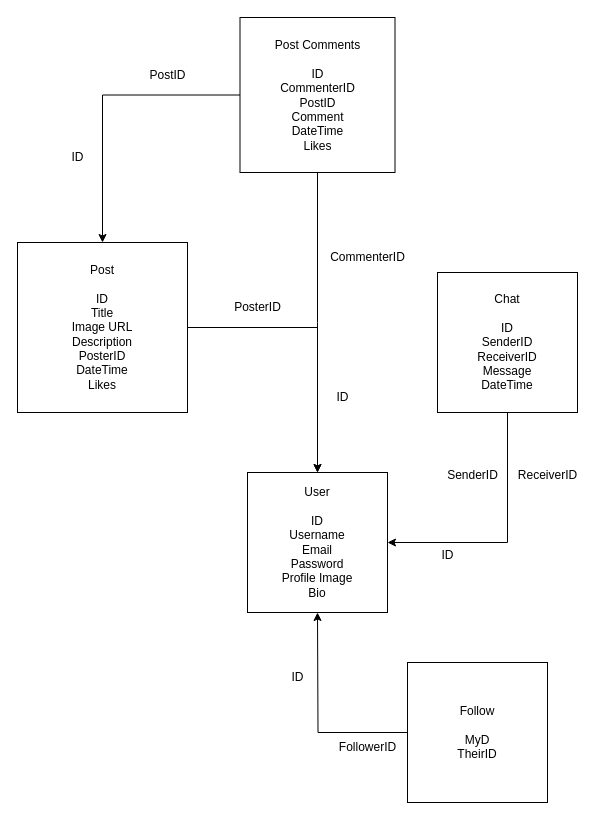
This is diagrams/db_schema.drawio from krtScrtr004/Pichive, a draw.io file, before an edit. Source tidied: cells renumbered, new cells numbered last; positions are measured from the earlier drawing's top-left corner, leaving out a move shared by most shapes. Both pictures are drawn from the tidied source at 100%, with x=0, y=0 at pixel (17, 17).
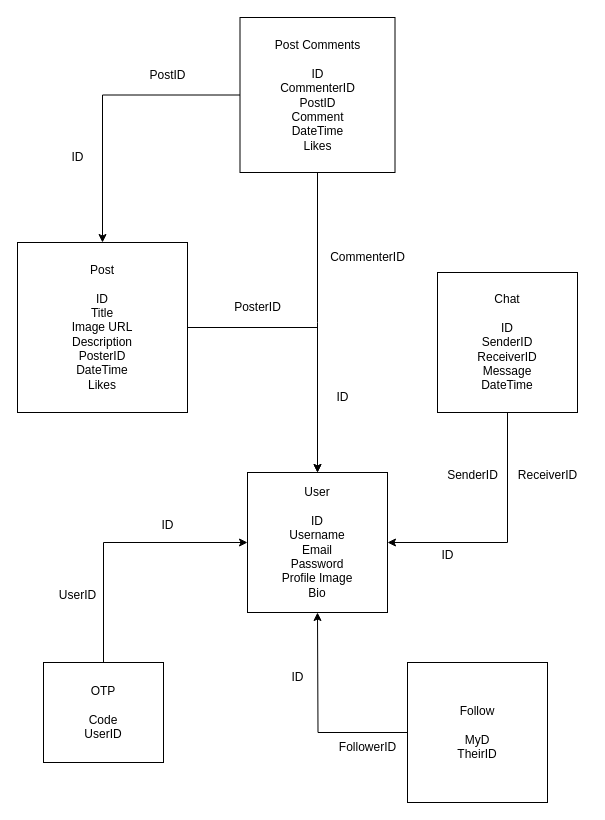
Above is the later version.

Unchanged cells that the change refers to:
```xml
<mxCell id="2" value="User&lt;div&gt;&lt;br&gt;&lt;/div&gt;&lt;div&gt;ID&lt;/div&gt;&lt;div&gt;Username&lt;/div&gt;&lt;div&gt;Email&lt;/div&gt;&lt;div&gt;Password&lt;/div&gt;&lt;div&gt;Profile Image&lt;/div&gt;&lt;div&gt;Bio&lt;/div&gt;" style="whiteSpace=wrap;html=1;" parent="1" vertex="1">
  <mxGeometry x="230" y="455" width="140" height="140" as="geometry" />
</mxCell>
```

Diff of the diagram source:
```diff
@@
+    <mxCell id="22" style="edgeStyle=orthogonalEdgeStyle;rounded=0;jettySize=auto;html=1;entryX=0;entryY=0.5;entryDx=0;entryDy=0;exitX=0.5;exitY=0;exitDx=0;exitDy=0;" parent="1" edge="1" source="23" target="2">
+      <mxGeometry relative="1" as="geometry" />
+    </mxCell>
+    <mxCell id="23" value="OTP&lt;div&gt;&lt;br&gt;&lt;/div&gt;&lt;div&gt;Code&lt;/div&gt;&lt;div&gt;UserID&lt;/div&gt;" style="rounded=0;whiteSpace=wrap;html=1;" parent="1" vertex="1">
+      <mxGeometry x="26" y="645" width="120" height="100" as="geometry" />
+    </mxCell>
+    <mxCell id="24" value="ID" style="text;html=1;align=center;verticalAlign=middle;strokeColor=none;fillColor=none;" parent="1" vertex="1">
+      <mxGeometry x="130" y="493" width="40" height="30" as="geometry" />
+    </mxCell>
+    <mxCell id="25" value="UserID" style="text;html=1;align=center;verticalAlign=middle;strokeColor=none;fillColor=none;" parent="1" vertex="1">
+      <mxGeometry x="30" y="563" width="60" height="30" as="geometry" />
+    </mxCell>
```
